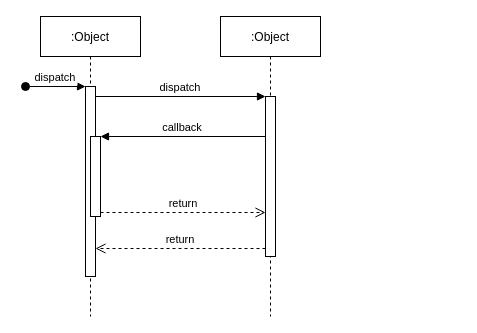
Before: Untitled Diagram.drawio in earlbingham/helloworld, a draw.io diagram. Source tidied: cells renumbered, new cells numbered last; positions are measured from the earlier drawing's top-left corner, leaving out a move shared by most shapes. Both pictures are drawn from the tidied source at 100%, with x=0, y=0 at pixel (25, 16).
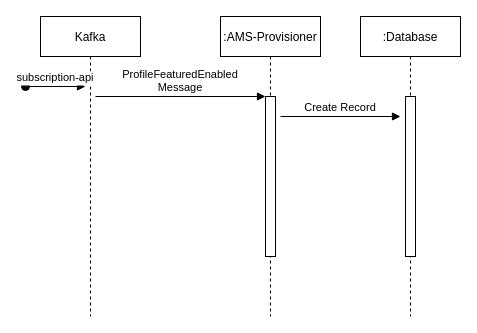
Above is the later version.

Commit message:
AMS Provisioning

Change to the diagram source:
```diff
@@
 <mxGraphModel>
   <root>
     <mxCell id="0" />
     <mxCell id="1" parent="0" />
-    <mxCell id="2" value=":Object" style="shape=umlLifeline;perimeter=lifelinePerimeter;rounded=0;shadow=0;strokeWidth=1;" parent="1" vertex="1">
+    <mxCell id="2" value="Kafka" style="shape=umlLifeline;perimeter=lifelinePerimeter;rounded=0;shadow=0;strokeWidth=1;" parent="1" vertex="1">
       <mxGeometry x="15" width="100" height="300" as="geometry" />
     </mxCell>
-    <mxCell id="3" style="points=[];perimeter=orthogonalPerimeter;rounded=0;shadow=0;strokeWidth=1;" parent="2" vertex="1">
-      <mxGeometry x="45" y="70" width="10" height="190" as="geometry" />
-    </mxCell>
-    <mxCell id="4" value="dispatch" style="verticalAlign=bottom;startArrow=oval;endArrow=block;startSize=8;shadow=0;strokeWidth=1;" parent="2" edge="1" target="3">
+    <mxCell id="4" value="subscription-api" style="verticalAlign=bottom;startArrow=oval;endArrow=block;startSize=8;shadow=0;strokeWidth=1;" parent="2" edge="1">
       <mxGeometry relative="1" as="geometry">
         <mxPoint x="-15" y="70" as="sourcePoint" />
+        <mxPoint x="45" y="70" as="targetPoint" />
       </mxGeometry>
     </mxCell>
-    <mxCell id="5" style="points=[];perimeter=orthogonalPerimeter;rounded=0;shadow=0;strokeWidth=1;" parent="2" vertex="1">
-      <mxGeometry x="50" y="120" width="10" height="80" as="geometry" />
-    </mxCell>
-    <mxCell id="6" value=":Object" style="shape=umlLifeline;perimeter=lifelinePerimeter;rounded=0;shadow=0;strokeWidth=1;" parent="1" vertex="1">
+    <mxCell id="6" value=":AMS-Provisioner" style="shape=umlLifeline;perimeter=lifelinePerimeter;rounded=0;shadow=0;strokeWidth=1;" parent="1" vertex="1">
       <mxGeometry x="195" width="100" height="300" as="geometry" />
     </mxCell>
     <mxCell id="7" style="points=[];perimeter=orthogonalPerimeter;rounded=0;shadow=0;strokeWidth=1;" parent="6" vertex="1">
       <mxGeometry x="45" y="80" width="10" height="160" as="geometry" />
     </mxCell>
-    <mxCell id="8" value="return" style="verticalAlign=bottom;endArrow=open;dashed=1;endSize=8;exitX=0;exitY=0.95;shadow=0;strokeWidth=1;" parent="1" edge="1" source="7" target="3">
-      <mxGeometry relative="1" as="geometry" />
-    </mxCell>
-    <mxCell id="9" value="dispatch" style="verticalAlign=bottom;endArrow=block;entryX=0;entryY=0;shadow=0;strokeWidth=1;" parent="1" edge="1" source="3" target="7">
-      <mxGeometry relative="1" as="geometry" />
+    <mxCell id="9" value="ProfileFeaturedEnabled&#10;Message" style="verticalAlign=bottom;endArrow=block;entryX=0;entryY=0;shadow=0;strokeWidth=1;" parent="1" edge="1" target="7">
+      <mxGeometry relative="1" as="geometry">
+        <mxPoint x="70" y="80" as="sourcePoint" />
+      </mxGeometry>
     </mxCell>
-    <mxCell id="10" value="callback" style="verticalAlign=bottom;endArrow=block;entryX=1;entryY=0;shadow=0;strokeWidth=1;" parent="1" edge="1" source="7" target="5">
-      <mxGeometry relative="1" as="geometry" />
-    </mxCell>
-    <mxCell id="11" value="return" style="verticalAlign=bottom;endArrow=open;dashed=1;endSize=8;exitX=1;exitY=0.95;shadow=0;strokeWidth=1;" parent="1" edge="1" source="5" target="7">
-      <mxGeometry relative="1" as="geometry" />
-    </mxCell>
+    <mxCell id="12" value=":Database" style="shape=umlLifeline;perimeter=lifelinePerimeter;rounded=0;shadow=0;strokeWidth=1;" parent="1" vertex="1">
+      <mxGeometry x="335" width="100" height="300" as="geometry" />
+    </mxCell>
+    <mxCell id="13" style="perimeter=orthogonalPerimeter;rounded=0;shadow=0;strokeWidth=1;" parent="12" vertex="1">
+      <mxGeometry x="45" y="80" width="10" height="160" as="geometry" />
+    </mxCell>
+    <mxCell id="14" value="Create Record" style="verticalAlign=bottom;endArrow=block;shadow=0;strokeWidth=1;" parent="12" edge="1">
+      <mxGeometry relative="1" as="geometry">
+        <mxPoint x="-80" y="100" as="sourcePoint" />
+        <mxPoint x="40" y="100" as="targetPoint" />
+      </mxGeometry>
+    </mxCell>
   </root>
 </mxGraphModel>
```
